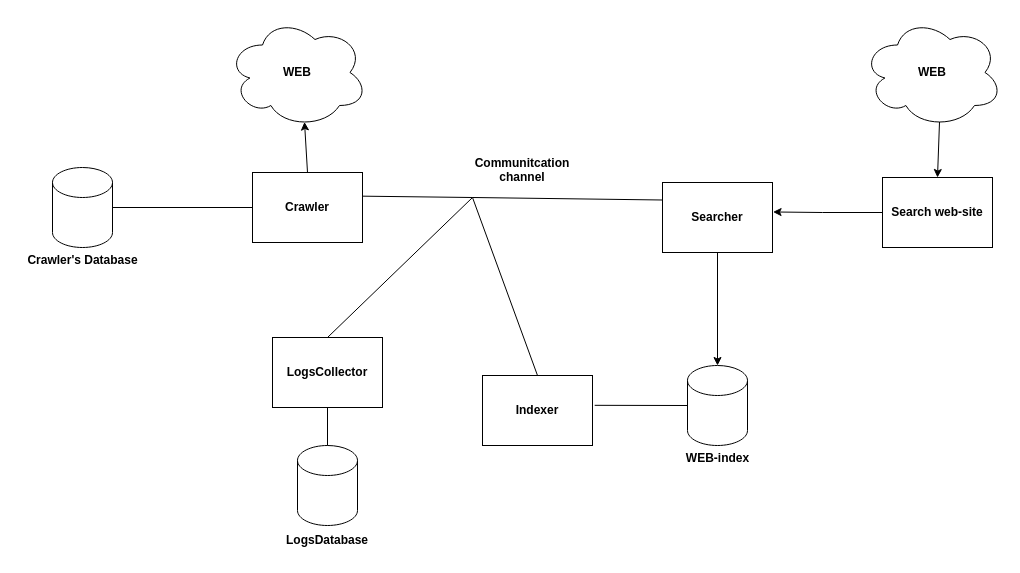
This is diagrams/concept_system_diagram.drawio from Slippertino/Diploma, a draw.io file, before an edit. Source tidied: cells renumbered, new cells numbered last; positions are measured from the earlier drawing's top-left corner, leaving out a move shared by most shapes. Both pictures are drawn from the tidied source at 100%, with x=0, y=0 at pixel (17, 17).
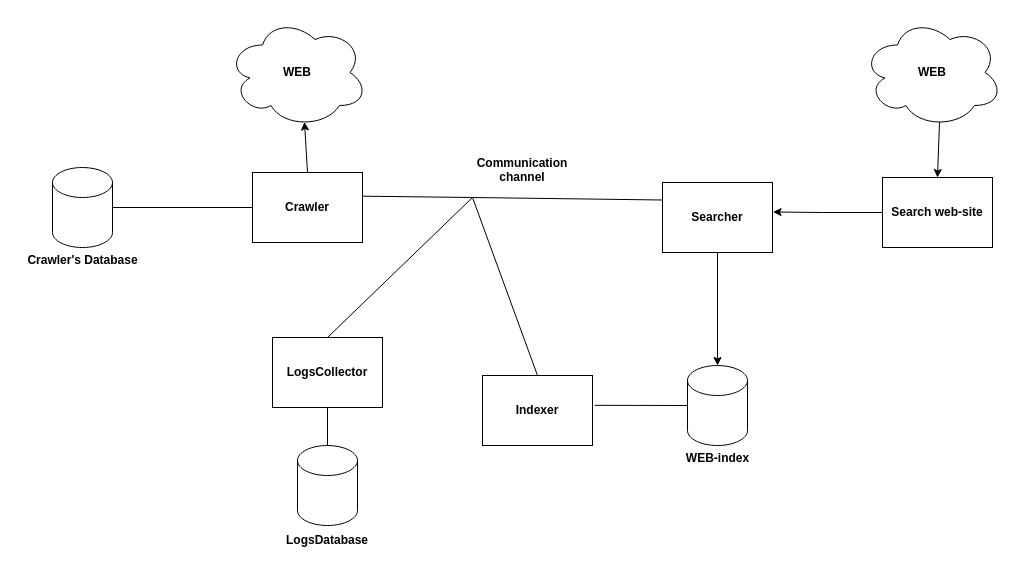
The same page after the edit.

The edit, as a diff of the source:
```diff
@@
-    <mxCell id="15" value="&lt;b&gt;Communitcation channel&lt;/b&gt;&lt;div&gt;&lt;br&gt;&lt;/div&gt;" style="text;html=1;align=center;verticalAlign=middle;whiteSpace=wrap;rounded=0;rotation=0;" parent="1" vertex="1">
+    <mxCell id="15" value="&lt;b&gt;Communication channel&lt;/b&gt;&lt;div&gt;&lt;br&gt;&lt;/div&gt;" style="text;html=1;align=center;verticalAlign=middle;whiteSpace=wrap;rounded=0;rotation=0;" parent="1" vertex="1">
       <mxGeometry x="445" y="140" width="120" height="40" as="geometry" />
     </mxCell>
```
